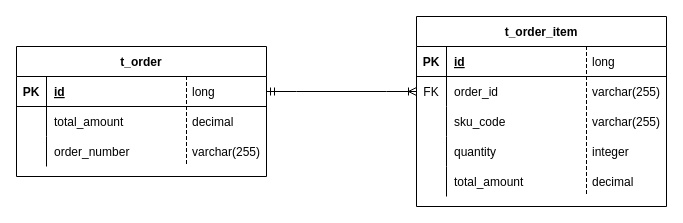
Earlier version of the draw.io diagram order-service/documentation/database/order-service-model.drawio (bogdanmilojevic/micro-commerce). Source tidied: cells renumbered, new cells numbered last; positions are measured from the earlier drawing's top-left corner, leaving out a move shared by most shapes. Both pictures are drawn from the tidied source at 100%, with x=0, y=0 at pixel (16, 16).
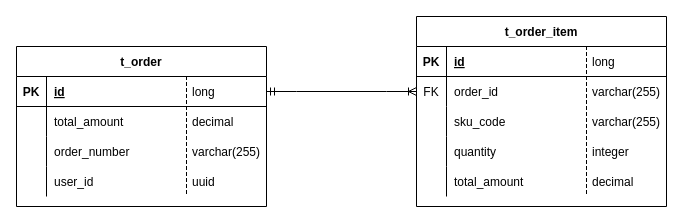
The same page after the edit.

Commit message:
Expand database diagram with user_id field

What changed in the source:
```diff
@@
     <mxCell id="2" value="t_order" style="shape=table;startSize=30;childLayout=tableLayout;rowLines=0;fontStyle=1;align=center;" parent="1" vertex="1">
-      <mxGeometry y="30" width="250" height="130" as="geometry" />
+      <mxGeometry y="30" width="250" height="160" as="geometry" />
     </mxCell>
@@
+    <mxCell id="45" style="shape=partialRectangle;fillColor=none;top=0;left=0;right=0;bottom=0;" parent="2" vertex="1">
+      <mxGeometry y="120" width="250" height="30" as="geometry" />
+    </mxCell>
+    <mxCell id="46" style="shape=partialRectangle;overflow=hidden;fillColor=none;top=0;left=0;bottom=0;right=0;" parent="45" vertex="1">
+      <mxGeometry width="30" height="30" as="geometry" />
+    </mxCell>
+    <mxCell id="47" value="user_id" style="shape=partialRectangle;overflow=hidden;fillColor=none;top=0;left=0;bottom=0;right=0;align=left;spacingLeft=6;" parent="45" vertex="1">
+      <mxGeometry x="30" width="220" height="30" as="geometry" />
+    </mxCell>
@@
+    <mxCell id="48" value="uuid" style="shape=partialRectangle;fillColor=none;align=left;verticalAlign=middle;strokeColor=none;spacingLeft=34;" parent="1" vertex="1">
+      <mxGeometry x="140" y="150" width="90" height="30" as="geometry" />
+    </mxCell>
+    <mxCell id="49" style="shape=partialRectangle;top=0;left=0;bottom=0;fillColor=none;stokeWidth=1;dashed=1;align=left;verticalAlign=middle;spacingLeft=4;spacingRight=4;overflow=hidden;" parent="48" vertex="1">
+      <mxGeometry width="30" height="30" as="geometry" />
+    </mxCell>
```
